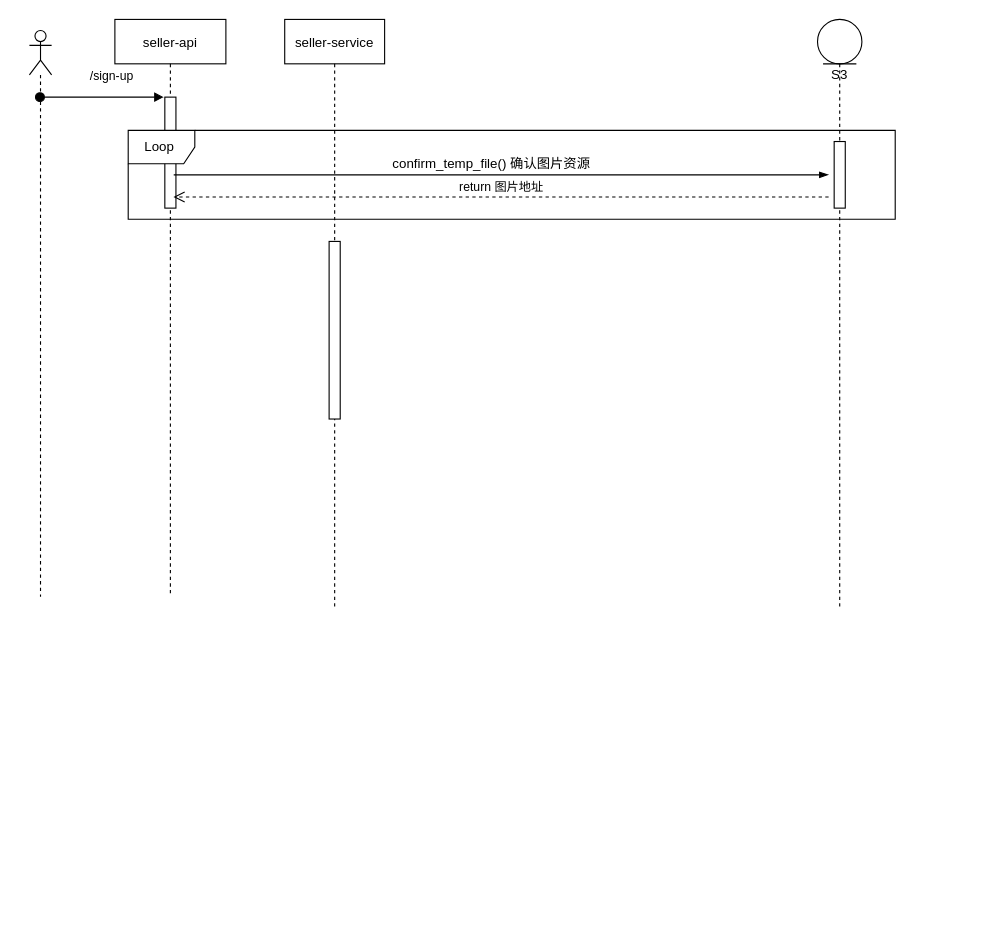
Earlier version of the draw.io diagram 时序图.drawio (wjctim/design-draw). Source tidied: cells renumbered, new cells numbered last; positions are measured from the earlier drawing's top-left corner, leaving out a move shared by most shapes. Both pictures are drawn from the tidied source at 111%, with x=0, y=0 at pixel (29, 19).
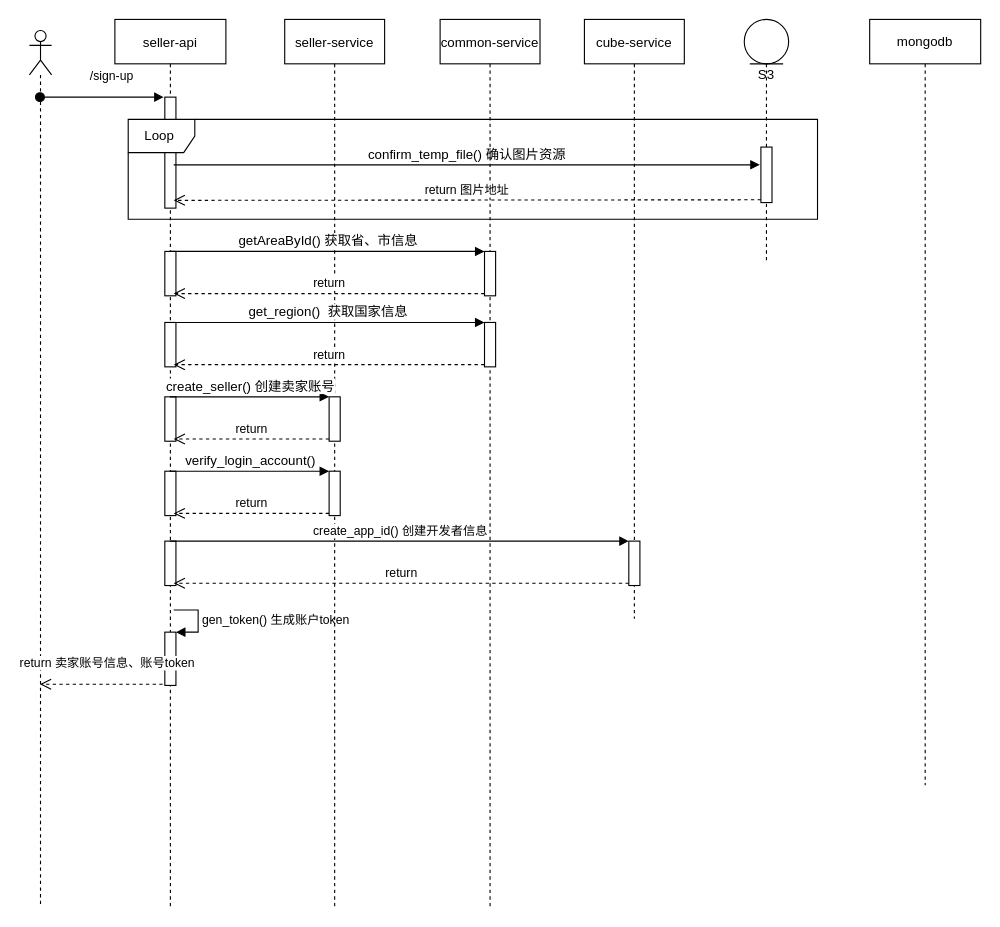
The same page after the edit.

Commit message:
更新时序图.drawio

What changed in the source:
```diff
@@
     <mxCell id="2" value="seller-api" style="shape=umlLifeline;perimeter=lifelinePerimeter;rounded=0;shadow=0;strokeWidth=1;" parent="1" vertex="1">
-      <mxGeometry x="77" width="100" height="520" as="geometry" />
+      <mxGeometry x="77" width="100" height="800" as="geometry" />
     </mxCell>
@@
+    <mxCell id="13" style="html=1;perimeter=orthogonalPerimeter;" parent="2" vertex="1">
+      <mxGeometry x="45" y="209" width="10" height="40" as="geometry" />
+    </mxCell>
+    <mxCell id="14" style="html=1;points=[];perimeter=orthogonalPerimeter;" parent="2" vertex="1">
+      <mxGeometry x="45" y="552" width="10" height="48" as="geometry" />
+    </mxCell>
+    <mxCell id="15" value="gen_token() 生成账户token" style="edgeStyle=orthogonalEdgeStyle;html=1;align=left;spacingLeft=2;endArrow=block;rounded=0;entryX=1;entryY=0;" parent="2" edge="1" target="14">
+      <mxGeometry relative="1" as="geometry">
+        <mxPoint x="53" y="532" as="sourcePoint" />
+        <Array as="points">
+          <mxPoint x="75" y="532" />
+        </Array>
+      </mxGeometry>
+    </mxCell>
     <mxCell id="5" value="seller-service" style="shape=umlLifeline;perimeter=lifelinePerimeter;rounded=0;shadow=0;strokeWidth=1;" parent="1" vertex="1">
-      <mxGeometry x="230" width="90" height="530" as="geometry" />
+      <mxGeometry x="230" width="90" height="800" as="geometry" />
     </mxCell>
-    <mxCell id="6" style="perimeter=orthogonalPerimeter;rounded=0;shadow=0;strokeWidth=1;" parent="5" vertex="1">
-      <mxGeometry x="40" y="200" width="10" height="160" as="geometry" />
-    </mxCell>
     <mxCell id="7" style="shape=umlLifeline;participant=umlActor;perimeter=lifelinePerimeter;whiteSpace=wrap;html=1;verticalAlign=top;spacingTop=36;outlineConnect=0;" parent="1" vertex="1">
-      <mxGeometry y="10" width="20" height="510" as="geometry" />
+      <mxGeometry y="10" width="20" height="790" as="geometry" />
     </mxCell>
     <mxCell id="8" value="Loop&amp;nbsp;" style="shape=umlFrame;whiteSpace=wrap;html=1;" parent="1" vertex="1">
-      <mxGeometry x="89" y="100" width="691" height="80" as="geometry" />
+      <mxGeometry x="89" y="90" width="621" height="90" as="geometry" />
     </mxCell>
     <mxCell id="9" value="S3" style="shape=umlLifeline;participant=umlEntity;perimeter=lifelinePerimeter;whiteSpace=wrap;html=1;verticalAlign=top;spacingTop=36;" parent="1" vertex="1">
-      <mxGeometry x="710" width="40" height="530" as="geometry" />
+      <mxGeometry x="644" width="40" height="220" as="geometry" />
     </mxCell>
-    <mxCell id="10" style="html=1;perimeter=orthogonalPerimeter;" parent="9" vertex="1">
-      <mxGeometry x="15" y="110" width="10" height="60" as="geometry" />
-    </mxCell>
+    <mxCell id="16" style="html=1;points=[];perimeter=orthogonalPerimeter;" parent="9" vertex="1">
+      <mxGeometry x="15" y="115" width="10" height="50" as="geometry" />
+    </mxCell>
-    <mxCell id="11" value="confirm_temp_file() 确认图片资源" style="edgeStyle=elbowEdgeStyle;fontSize=12;html=1;endArrow=blockThin;endFill=1;rounded=0;" parent="1" edge="1">
-      <mxGeometry x="-0.03" y="10" relative="1" as="geometry">
-        <mxPoint x="130" y="140" as="sourcePoint" />
-        <mxPoint x="720" y="140" as="targetPoint" />
+    <mxCell id="11" value="&lt;span style=&quot;font-size: 12px;&quot;&gt;confirm_temp_file() 确认图片资源&lt;/span&gt;" style="html=1;verticalAlign=bottom;endArrow=block;entryX=0;entryY=0;rounded=0;" parent="9" edge="1">
+      <mxGeometry relative="1" as="geometry">
+        <mxPoint x="-514" y="131" as="sourcePoint" />
+        <mxPoint x="14" y="131" as="targetPoint" />
       </mxGeometry>
     </mxCell>
+    <mxCell id="17" value="common-service" style="shape=umlLifeline;perimeter=lifelinePerimeter;rounded=0;shadow=0;strokeWidth=1;" parent="1" vertex="1">
+      <mxGeometry x="370" width="90" height="800" as="geometry" />
+    </mxCell>
+    <mxCell id="18" style="html=1;points=[];perimeter=orthogonalPerimeter;" parent="17" vertex="1">
+      <mxGeometry x="40" y="209" width="10" height="40" as="geometry" />
+    </mxCell>
+    <mxCell id="19" value="&lt;span style=&quot;font-size: 12px;&quot;&gt;getAreaById() 获取省、市信息&lt;/span&gt;" style="html=1;verticalAlign=bottom;endArrow=block;entryX=0;entryY=0;rounded=0;" parent="1" edge="1" target="18">
+      <mxGeometry relative="1" as="geometry">
+        <mxPoint x="126.5" y="209" as="sourcePoint" />
+      </mxGeometry>
+    </mxCell>
+    <mxCell id="20" value="return" style="html=1;verticalAlign=bottom;endArrow=open;dashed=1;endSize=8;exitX=0;exitY=0.95;rounded=0;" parent="1" edge="1" source="18">
+      <mxGeometry relative="1" as="geometry">
+        <mxPoint x="130" y="247" as="targetPoint" />
+      </mxGeometry>
+    </mxCell>
+    <mxCell id="21" style="html=1;perimeter=orthogonalPerimeter;" parent="1" vertex="1">
+      <mxGeometry x="122" y="273" width="10" height="40" as="geometry" />
+    </mxCell>
+    <mxCell id="22" style="html=1;points=[];perimeter=orthogonalPerimeter;" parent="1" vertex="1">
+      <mxGeometry x="410" y="273" width="10" height="40" as="geometry" />
+    </mxCell>
+    <mxCell id="23" value="&lt;span style=&quot;font-size: 12px;&quot;&gt;get_region()&amp;nbsp; 获取国家信息&lt;/span&gt;" style="html=1;verticalAlign=bottom;endArrow=block;entryX=0;entryY=0;rounded=0;" parent="1" edge="1" target="22">
+      <mxGeometry relative="1" as="geometry">
+        <mxPoint x="126.5" y="273" as="sourcePoint" />
+      </mxGeometry>
+    </mxCell>
+    <mxCell id="24" value="return" style="html=1;verticalAlign=bottom;endArrow=open;dashed=1;endSize=8;exitX=0;exitY=0.95;rounded=0;" parent="1" edge="1" source="22">
+      <mxGeometry relative="1" as="geometry">
+        <mxPoint x="130" y="311" as="targetPoint" />
+      </mxGeometry>
+    </mxCell>
+    <mxCell id="25" style="html=1;perimeter=orthogonalPerimeter;" parent="1" vertex="1">
+      <mxGeometry x="122" y="340" width="10" height="40" as="geometry" />
+    </mxCell>
+    <mxCell id="26" style="html=1;points=[];perimeter=orthogonalPerimeter;" parent="1" vertex="1">
+      <mxGeometry x="270" y="340" width="10" height="40" as="geometry" />
+    </mxCell>
+    <mxCell id="27" value="&lt;span style=&quot;font-size: 12px;&quot;&gt;create_seller() 创建卖家账号&lt;/span&gt;" style="html=1;verticalAlign=bottom;endArrow=block;entryX=0;entryY=0;rounded=0;" parent="1" edge="1" target="26">
+      <mxGeometry relative="1" as="geometry">
+        <mxPoint x="126.5" y="340" as="sourcePoint" />
+      </mxGeometry>
+    </mxCell>
+    <mxCell id="28" value="return" style="html=1;verticalAlign=bottom;endArrow=open;dashed=1;endSize=8;exitX=0;exitY=0.95;rounded=0;" parent="1" edge="1" source="26">
+      <mxGeometry relative="1" as="geometry">
+        <mxPoint x="130" y="378" as="targetPoint" />
+      </mxGeometry>
+    </mxCell>
+    <mxCell id="29" style="html=1;perimeter=orthogonalPerimeter;" parent="1" vertex="1">
+      <mxGeometry x="122" y="407" width="10" height="40" as="geometry" />
+    </mxCell>
+    <mxCell id="30" style="html=1;points=[];perimeter=orthogonalPerimeter;" parent="1" vertex="1">
+      <mxGeometry x="270" y="407" width="10" height="40" as="geometry" />
+    </mxCell>
+    <mxCell id="31" value="&lt;span style=&quot;font-size: 12px;&quot;&gt;verify_login_account()&lt;/span&gt;" style="html=1;verticalAlign=bottom;endArrow=block;entryX=0;entryY=0;rounded=0;" parent="1" edge="1" target="30">
+      <mxGeometry relative="1" as="geometry">
+        <mxPoint x="126.5" y="407" as="sourcePoint" />
+      </mxGeometry>
+    </mxCell>
+    <mxCell id="32" value="return" style="html=1;verticalAlign=bottom;endArrow=open;dashed=1;endSize=8;exitX=0;exitY=0.95;rounded=0;" parent="1" edge="1" source="30">
+      <mxGeometry relative="1" as="geometry">
+        <mxPoint x="130" y="445" as="targetPoint" />
+      </mxGeometry>
+    </mxCell>
+    <mxCell id="33" value="cube-service" style="shape=umlLifeline;perimeter=lifelinePerimeter;rounded=0;shadow=0;strokeWidth=1;" parent="1" vertex="1">
+      <mxGeometry x="500" width="90" height="540" as="geometry" />
+    </mxCell>
+    <mxCell id="34" style="html=1;points=[];perimeter=orthogonalPerimeter;" parent="33" vertex="1">
+      <mxGeometry x="40" y="470" width="10" height="40" as="geometry" />
+    </mxCell>
+    <mxCell id="35" style="html=1;perimeter=orthogonalPerimeter;" parent="1" vertex="1">
+      <mxGeometry x="122" y="470" width="10" height="40" as="geometry" />
+    </mxCell>
+    <mxCell id="36" value="create_app_id() 创建开发者信息" style="html=1;verticalAlign=bottom;endArrow=block;entryX=0;entryY=0;rounded=0;" parent="1" edge="1" target="34">
+      <mxGeometry relative="1" as="geometry">
+        <mxPoint x="126.5" y="470" as="sourcePoint" />
+      </mxGeometry>
+    </mxCell>
+    <mxCell id="37" value="return" style="html=1;verticalAlign=bottom;endArrow=open;dashed=1;endSize=8;exitX=0;exitY=0.95;rounded=0;" parent="1" edge="1" source="34">
+      <mxGeometry relative="1" as="geometry">
+        <mxPoint x="130" y="508" as="targetPoint" />
+      </mxGeometry>
+    </mxCell>
+    <mxCell id="38" value="return 卖家账号信息、账号token" style="html=1;verticalAlign=bottom;endArrow=open;dashed=1;endSize=8;rounded=0;" parent="1" edge="1">
+      <mxGeometry x="-0.1" y="-10" relative="1" as="geometry">
+        <mxPoint x="120" y="599" as="sourcePoint" />
+        <mxPoint x="9.5" y="599" as="targetPoint" />
+      </mxGeometry>
+    </mxCell>
-    <mxCell id="12" value="return 图片地址" style="html=1;verticalAlign=bottom;endArrow=open;dashed=1;endSize=8;rounded=0;entryX=0.059;entryY=0.75;entryDx=0;entryDy=0;entryPerimeter=0;" parent="1" edge="1" target="8">
+    <mxCell id="12" value="return 图片地址" style="html=1;verticalAlign=bottom;endArrow=open;dashed=1;endSize=8;exitX=0;exitY=0.95;rounded=0;" parent="1" edge="1" source="16">
       <mxGeometry relative="1" as="geometry">
-        <mxPoint x="720" y="160" as="sourcePoint" />
+        <mxPoint x="130" y="163" as="targetPoint" />
       </mxGeometry>
     </mxCell>
+    <mxCell id="39" value="mongodb" style="shape=umlLifeline;perimeter=lifelinePerimeter;whiteSpace=wrap;html=1;rounded=0;glass=0;sketch=0;" parent="1" vertex="1">
+      <mxGeometry x="757" width="100" height="690" as="geometry" />
+    </mxCell>
```
